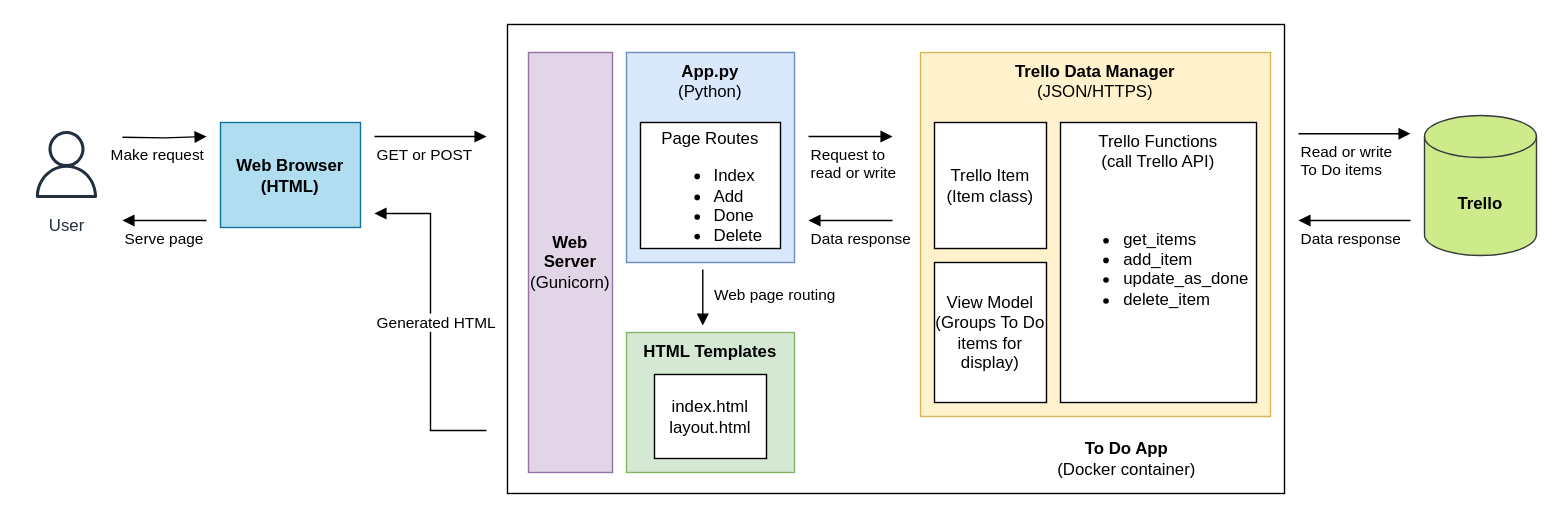
ma7nas/DevOps-Course-Starter keeps this draw.io diagram as Component Diagram.drawio. Above is the earlier version. Source tidied: cells renumbered, new cells numbered last; positions are measured from the earlier drawing's top-left corner, leaving out a move shared by most shapes. Both pictures are drawn from the tidied source at 140%, with x=0, y=0 at pixel (24, 24).
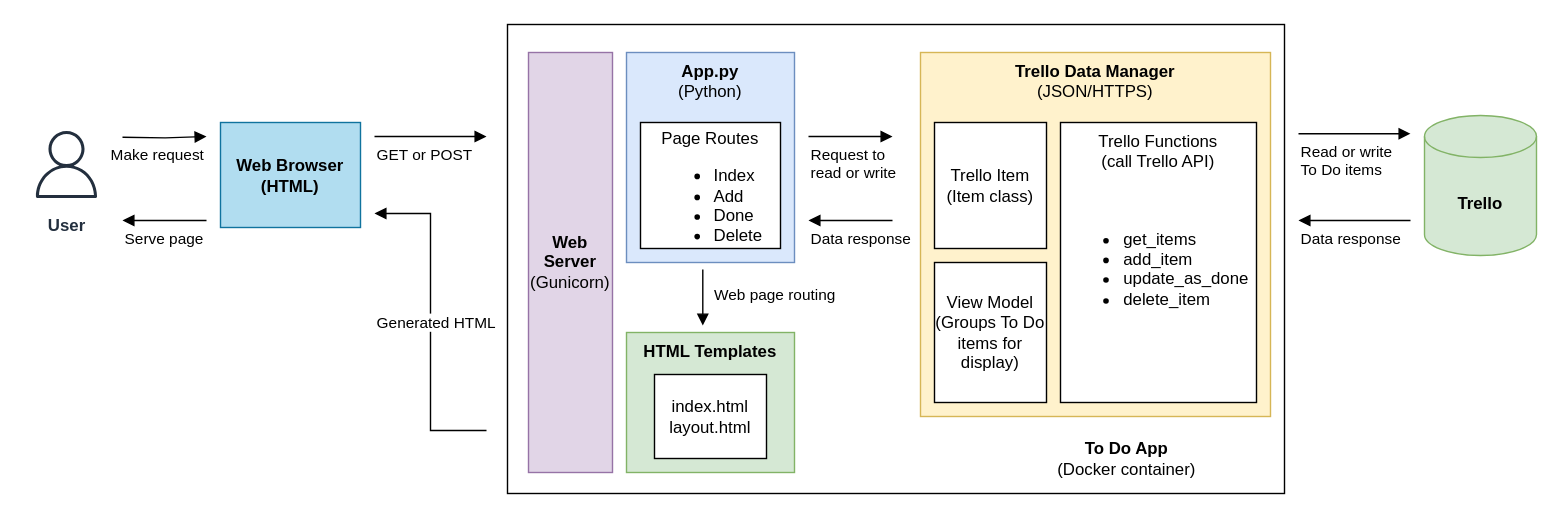
The same page after the edit.

Change to the diagram source:
```diff
@@
-    <mxCell id="4" value="&lt;b&gt;Trello&lt;/b&gt;" style="shape=cylinder3;whiteSpace=wrap;html=1;boundedLbl=1;backgroundOutline=1;size=15;fillColor=#cdeb8b;strokeColor=#36393d;" parent="1" vertex="1">
+    <mxCell id="4" value="&lt;b&gt;Trello&lt;/b&gt;" style="shape=cylinder3;whiteSpace=wrap;html=1;boundedLbl=1;backgroundOutline=1;size=15;fillColor=#d5e8d4;strokeColor=#82b366;" parent="1" vertex="1">
       <mxGeometry x="1000" y="65" width="80" height="100" as="geometry" />
     </mxCell>
@@
-    <mxCell id="19" value="User" style="fontColor=#232F3E;gradientColor=none;strokeColor=#232F3E;fillColor=#ffffff;dashed=0;verticalLabelPosition=bottom;verticalAlign=top;align=center;html=1;fontSize=12;fontStyle=0;shape=mxgraph.aws4.resourceIcon;resIcon=mxgraph.aws4.user;" parent="1" vertex="1">
+    <mxCell id="19" value="&lt;b&gt;User&lt;/b&gt;" style="fontColor=#232F3E;gradientColor=none;strokeColor=#232F3E;fillColor=#ffffff;dashed=0;verticalLabelPosition=bottom;verticalAlign=top;align=center;html=1;fontSize=12;fontStyle=0;shape=mxgraph.aws4.resourceIcon;resIcon=mxgraph.aws4.user;" parent="1" vertex="1">
       <mxGeometry y="70" width="60" height="60" as="geometry" />
     </mxCell>
```
